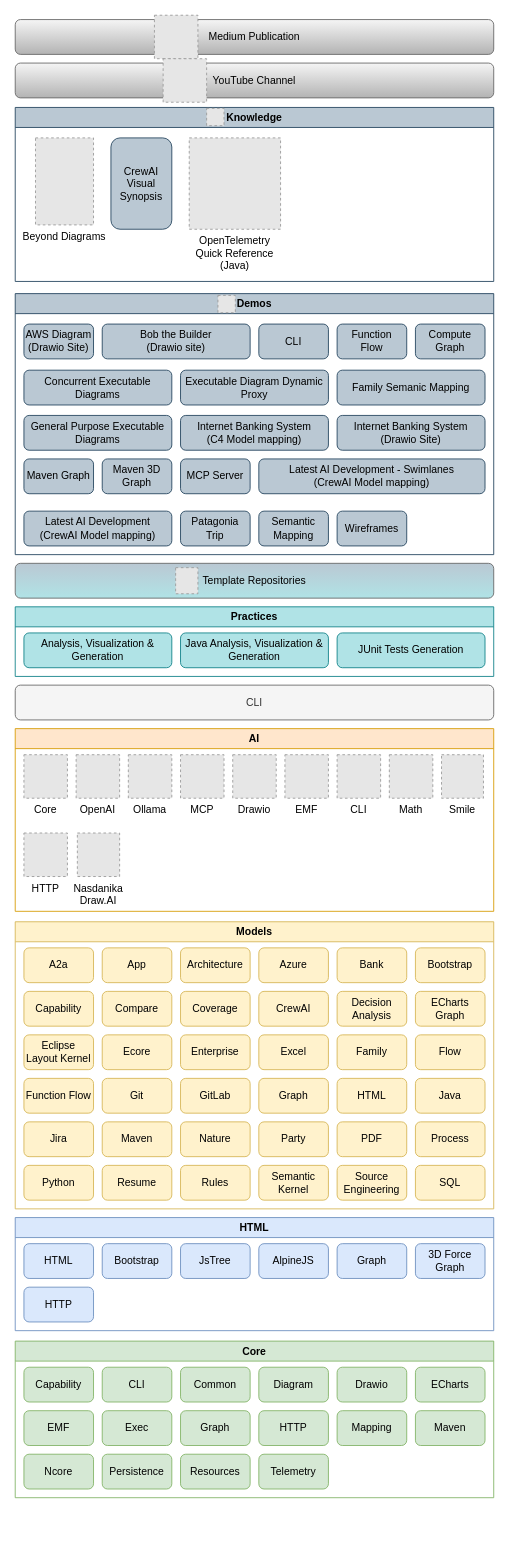
Above: model/nasdanika.drawio in Nasdanika/nasdanika.github.io (draw.io), before the change. Source tidied: cells renumbered, new cells numbered last; positions are measured from the earlier drawing's top-left corner, leaving out a move shared by most shapes. Both pictures are drawn from the tidied source at 87%, with x=0, y=0 at pixel (15, 15). Pictures stored in the file or linked from it are replaced by grey dashed boxes.
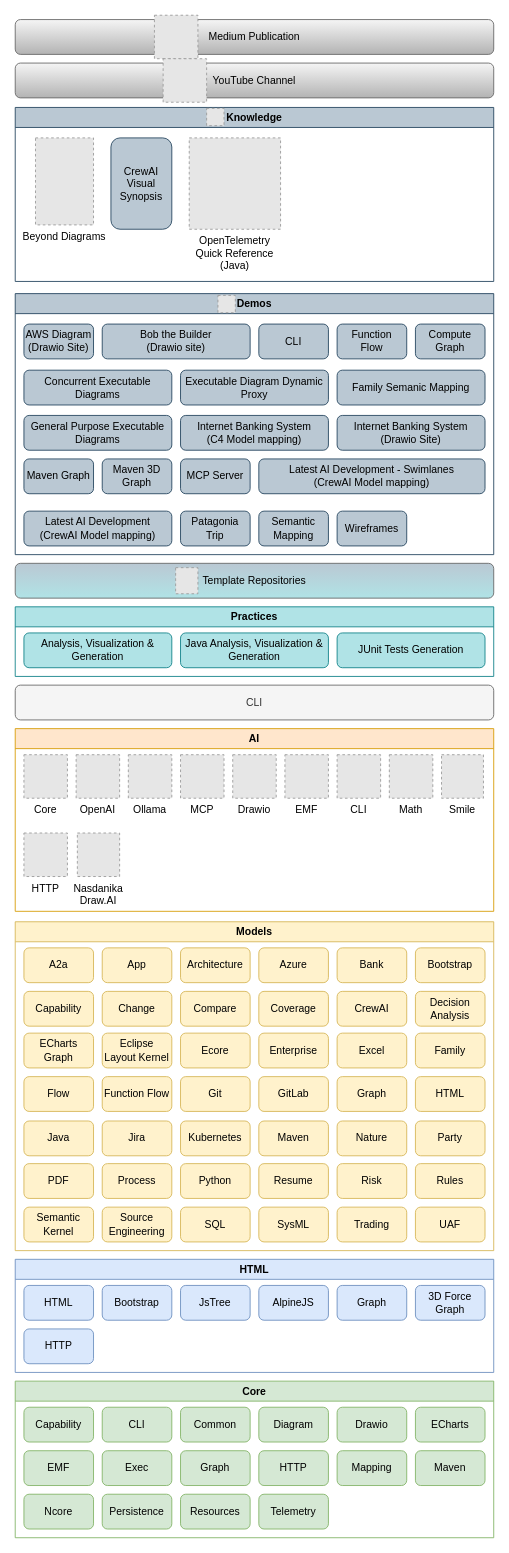
The same diagram, later.

The edit, as a diff of the source:
```diff
@@
     <mxCell id="2" value="Core" style="swimlane;whiteSpace=wrap;html=1;fillColor=#d5e8d4;strokeColor=#82b366;" parent="1" vertex="1">
-      <mxGeometry y="1524" width="550" height="180" as="geometry" />
+      <mxGeometry y="1570" width="550" height="180" as="geometry" />
     </mxCell>
@@
     <mxCell id="19" value="HTML" style="swimlane;whiteSpace=wrap;html=1;fillColor=#dae8fc;strokeColor=#6c8ebf;" parent="1" vertex="1">
-      <mxGeometry y="1382" width="550" height="130" as="geometry" />
+      <mxGeometry y="1430" width="550" height="130" as="geometry" />
     </mxCell>
@@
     <mxCell id="27" value="Models" style="swimlane;whiteSpace=wrap;html=1;fillColor=#fff2cc;strokeColor=#d6b656;" parent="1" vertex="1">
-      <mxGeometry y="1042" width="550" height="330" as="geometry" />
+      <mxGeometry y="1042" width="550" height="378" as="geometry" />
     </mxCell>
     <mxCell id="28" value="GitLab" style="rounded=1;whiteSpace=wrap;html=1;fillColor=#fff2cc;strokeColor=#d6b656;" parent="27" vertex="1">
-      <mxGeometry x="190" y="180" width="80" height="40" as="geometry" />
+      <mxGeometry x="280" y="178" width="80" height="40" as="geometry" />
     </mxCell>
@@
     <mxCell id="30" value="Git" style="rounded=1;whiteSpace=wrap;html=1;fillColor=#fff2cc;strokeColor=#d6b656;" parent="27" vertex="1">
-      <mxGeometry x="100" y="180" width="80" height="40" as="geometry" />
+      <mxGeometry x="190" y="178" width="80" height="40" as="geometry" />
     </mxCell>
     <mxCell id="31" value="Excel" style="rounded=1;whiteSpace=wrap;html=1;fillColor=#fff2cc;strokeColor=#d6b656;" parent="27" vertex="1">
-      <mxGeometry x="280" y="130" width="80" height="40" as="geometry" />
+      <mxGeometry x="370" y="128" width="80" height="40" as="geometry" />
     </mxCell>
     <mxCell id="32" value="ECharts Graph" style="rounded=1;whiteSpace=wrap;html=1;fillColor=#fff2cc;strokeColor=#d6b656;" parent="27" vertex="1">
-      <mxGeometry x="460" y="80" width="80" height="40" as="geometry" />
+      <mxGeometry x="10" y="128" width="80" height="40" as="geometry" />
     </mxCell>
     <mxCell id="33" value="Nature" style="rounded=1;whiteSpace=wrap;html=1;fillColor=#fff2cc;strokeColor=#d6b656;" parent="27" vertex="1">
-      <mxGeometry x="190" y="230" width="80" height="40" as="geometry" />
+      <mxGeometry x="370" y="229" width="80" height="40" as="geometry" />
     </mxCell>
@@
     <mxCell id="35" value="PDF" style="rounded=1;whiteSpace=wrap;html=1;fillColor=#fff2cc;strokeColor=#d6b656;" parent="27" vertex="1">
-      <mxGeometry x="370" y="230" width="80" height="40" as="geometry" />
+      <mxGeometry x="10" y="278" width="80" height="40" as="geometry" />
     </mxCell>
     <mxCell id="36" value="Party" style="rounded=1;whiteSpace=wrap;html=1;fillColor=#fff2cc;strokeColor=#d6b656;" parent="27" vertex="1">
-      <mxGeometry x="280" y="230" width="80" height="40" as="geometry" />
+      <mxGeometry x="460" y="229" width="80" height="40" as="geometry" />
     </mxCell>
     <mxCell id="37" value="Semantic&lt;div&gt;Kernel&lt;/div&gt;" style="rounded=1;whiteSpace=wrap;html=1;fillColor=#fff2cc;strokeColor=#d6b656;" parent="27" vertex="1">
-      <mxGeometry x="280" y="280" width="80" height="40" as="geometry" />
+      <mxGeometry x="10" y="328" width="80" height="40" as="geometry" />
     </mxCell>
     <mxCell id="38" value="Java" style="rounded=1;whiteSpace=wrap;html=1;fillColor=#fff2cc;strokeColor=#d6b656;" parent="27" vertex="1">
-      <mxGeometry x="460" y="180" width="80" height="40" as="geometry" />
+      <mxGeometry x="10" y="229" width="80" height="40" as="geometry" />
     </mxCell>
     <mxCell id="39" value="Maven" style="rounded=1;whiteSpace=wrap;html=1;fillColor=#fff2cc;strokeColor=#d6b656;" parent="27" vertex="1">
-      <mxGeometry x="100" y="230" width="80" height="40" as="geometry" />
+      <mxGeometry x="280" y="229" width="80" height="40" as="geometry" />
     </mxCell>
     <mxCell id="40" value="Enterprise" style="rounded=1;whiteSpace=wrap;html=1;fillColor=#fff2cc;strokeColor=#d6b656;" parent="27" vertex="1">
-      <mxGeometry x="190" y="130" width="80" height="40" as="geometry" />
+      <mxGeometry x="280" y="128" width="80" height="40" as="geometry" />
     </mxCell>
     <mxCell id="41" value="Function Flow" style="rounded=1;whiteSpace=wrap;html=1;fillColor=#fff2cc;strokeColor=#d6b656;" parent="27" vertex="1">
-      <mxGeometry x="10" y="180" width="80" height="40" as="geometry" />
+      <mxGeometry x="100" y="178" width="80" height="40" as="geometry" />
     </mxCell>
     <mxCell id="42" value="Rules" style="rounded=1;whiteSpace=wrap;html=1;fillColor=#fff2cc;strokeColor=#d6b656;" parent="27" vertex="1">
-      <mxGeometry x="190" y="280" width="80" height="40" as="geometry" />
+      <mxGeometry x="460" y="278" width="80" height="40" as="geometry" />
     </mxCell>
@@
     <mxCell id="44" value="Ecore" style="rounded=1;whiteSpace=wrap;html=1;fillColor=#fff2cc;strokeColor=#d6b656;" parent="27" vertex="1">
-      <mxGeometry x="100" y="130" width="80" height="40" as="geometry" />
+      <mxGeometry x="190" y="128" width="80" height="40" as="geometry" />
     </mxCell>
     <mxCell id="45" value="Jira" style="rounded=1;whiteSpace=wrap;html=1;fillColor=#fff2cc;strokeColor=#d6b656;" parent="27" vertex="1">
-      <mxGeometry x="10" y="230" width="80" height="40" as="geometry" />
+      <mxGeometry x="100" y="229" width="80" height="40" as="geometry" />
     </mxCell>
@@
     <mxCell id="49" value="Coverage" style="rounded=1;whiteSpace=wrap;html=1;fillColor=#fff2cc;strokeColor=#d6b656;" parent="27" vertex="1">
-      <mxGeometry x="190" y="80" width="80" height="40" as="geometry" />
+      <mxGeometry x="280" y="80" width="80" height="40" as="geometry" />
     </mxCell>
     <mxCell id="50" value="Decision Analysis" style="rounded=1;whiteSpace=wrap;html=1;fillColor=#fff2cc;strokeColor=#d6b656;" parent="27" vertex="1">
-      <mxGeometry x="370" y="80" width="80" height="40" as="geometry" />
+      <mxGeometry x="460" y="80" width="80" height="40" as="geometry" />
     </mxCell>
     <mxCell id="51" value="Family" style="rounded=1;whiteSpace=wrap;html=1;fillColor=#fff2cc;strokeColor=#d6b656;" parent="27" vertex="1">
-      <mxGeometry x="370" y="130" width="80" height="40" as="geometry" />
+      <mxGeometry x="460" y="128" width="80" height="40" as="geometry" />
     </mxCell>
     <mxCell id="52" value="Flow" style="rounded=1;whiteSpace=wrap;html=1;fillColor=#fff2cc;strokeColor=#d6b656;" parent="27" vertex="1">
-      <mxGeometry x="460" y="130" width="80" height="40" as="geometry" />
+      <mxGeometry x="10" y="178" width="80" height="40" as="geometry" />
     </mxCell>
     <mxCell id="53" value="HTML" style="rounded=1;whiteSpace=wrap;html=1;fillColor=#fff2cc;strokeColor=#d6b656;" parent="27" vertex="1">
-      <mxGeometry x="370" y="180" width="80" height="40" as="geometry" />
+      <mxGeometry x="460" y="178" width="80" height="40" as="geometry" />
     </mxCell>
     <mxCell id="54" value="CrewAI" style="rounded=1;whiteSpace=wrap;html=1;fillColor=#fff2cc;strokeColor=#d6b656;" parent="27" vertex="1">
-      <mxGeometry x="280" y="80" width="80" height="40" as="geometry" />
+      <mxGeometry x="370" y="80" width="80" height="40" as="geometry" />
     </mxCell>
     <mxCell id="55" value="Python" style="rounded=1;whiteSpace=wrap;html=1;fillColor=#fff2cc;strokeColor=#d6b656;" parent="27" vertex="1">
-      <mxGeometry x="10" y="280" width="80" height="40" as="geometry" />
+      <mxGeometry x="190" y="278" width="80" height="40" as="geometry" />
     </mxCell>
@@
     <mxCell id="57" value="Graph" style="rounded=1;whiteSpace=wrap;html=1;fillColor=#fff2cc;strokeColor=#d6b656;" parent="27" vertex="1">
-      <mxGeometry x="280" y="180" width="80" height="40" as="geometry" />
+      <mxGeometry x="370" y="178" width="80" height="40" as="geometry" />
     </mxCell>
     <mxCell id="58" value="SQL" style="rounded=1;whiteSpace=wrap;html=1;fillColor=#fff2cc;strokeColor=#d6b656;" parent="27" vertex="1">
-      <mxGeometry x="460" y="280" width="80" height="40" as="geometry" />
+      <mxGeometry x="190" y="328" width="80" height="40" as="geometry" />
     </mxCell>
     <mxCell id="59" value="Compare" style="rounded=1;whiteSpace=wrap;html=1;fillColor=#fff2cc;strokeColor=#d6b656;" parent="27" vertex="1">
-      <mxGeometry x="100" y="80" width="80" height="40" as="geometry" />
+      <mxGeometry x="190" y="80" width="80" height="40" as="geometry" />
     </mxCell>
     <mxCell id="60" value="Process" style="rounded=1;whiteSpace=wrap;html=1;fillColor=#fff2cc;strokeColor=#d6b656;" parent="27" vertex="1">
-      <mxGeometry x="460" y="230" width="80" height="40" as="geometry" />
+      <mxGeometry x="100" y="278" width="80" height="40" as="geometry" />
     </mxCell>
     <mxCell id="61" value="Source&lt;div&gt;Engineering&lt;/div&gt;" style="rounded=1;whiteSpace=wrap;html=1;fillColor=#fff2cc;strokeColor=#d6b656;" parent="27" vertex="1">
-      <mxGeometry x="370" y="280" width="80" height="40" as="geometry" />
+      <mxGeometry x="100" y="328" width="80" height="40" as="geometry" />
     </mxCell>
     <mxCell id="62" value="Resume" style="rounded=1;whiteSpace=wrap;html=1;fillColor=#fff2cc;strokeColor=#d6b656;" parent="27" vertex="1">
-      <mxGeometry x="100" y="280" width="80" height="40" as="geometry" />
+      <mxGeometry x="280" y="278" width="80" height="40" as="geometry" />
     </mxCell>
     <mxCell id="63" value="Eclipse Layout Kernel" style="rounded=1;whiteSpace=wrap;html=1;fillColor=#fff2cc;strokeColor=#d6b656;" parent="27" vertex="1">
-      <mxGeometry x="10" y="130" width="80" height="40" as="geometry" />
+      <mxGeometry x="100" y="128" width="80" height="40" as="geometry" />
     </mxCell>
+    <mxCell id="113" value="Change" style="rounded=1;whiteSpace=wrap;html=1;fillColor=#fff2cc;strokeColor=#d6b656;" parent="27" vertex="1">
+      <mxGeometry x="100" y="80" width="80" height="40" as="geometry" />
+    </mxCell>
+    <mxCell id="114" value="Kubernetes" style="rounded=1;whiteSpace=wrap;html=1;fillColor=#fff2cc;strokeColor=#d6b656;" parent="27" vertex="1">
+      <mxGeometry x="190" y="229" width="80" height="40" as="geometry" />
+    </mxCell>
+    <mxCell id="115" value="Risk" style="rounded=1;whiteSpace=wrap;html=1;fillColor=#fff2cc;strokeColor=#d6b656;" parent="27" vertex="1">
+      <mxGeometry x="370" y="278" width="80" height="40" as="geometry" />
+    </mxCell>
+    <mxCell id="116" value="SysML" style="rounded=1;whiteSpace=wrap;html=1;fillColor=#fff2cc;strokeColor=#d6b656;" parent="27" vertex="1">
+      <mxGeometry x="280" y="328" width="80" height="40" as="geometry" />
+    </mxCell>
+    <mxCell id="117" value="Trading" style="rounded=1;whiteSpace=wrap;html=1;fillColor=#fff2cc;strokeColor=#d6b656;" parent="27" vertex="1">
+      <mxGeometry x="370" y="328" width="80" height="40" as="geometry" />
+    </mxCell>
+    <mxCell id="118" value="UAF" style="rounded=1;whiteSpace=wrap;html=1;fillColor=#fff2cc;strokeColor=#d6b656;" parent="27" vertex="1">
+      <mxGeometry x="460" y="328" width="80" height="40" as="geometry" />
+    </mxCell>
```
